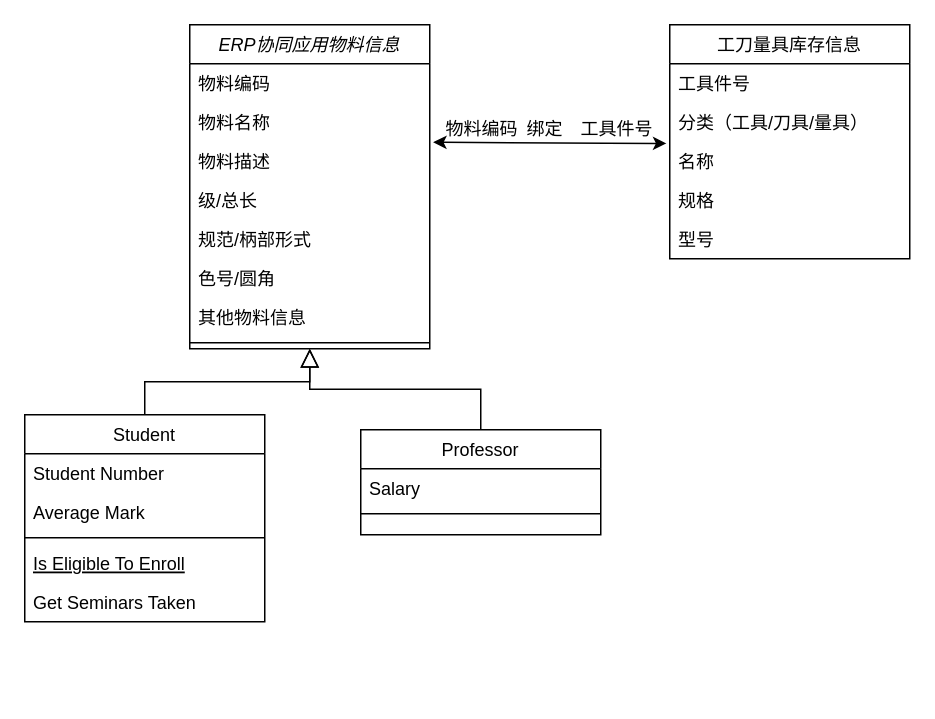
Before: erp_tims.drawio in miaomiao1992/draw.io, a draw.io diagram. Source tidied: cells renumbered, new cells numbered last; positions are measured from the earlier drawing's top-left corner, leaving out a move shared by most shapes. Both pictures are drawn from the tidied source at 150%, with x=0, y=0 at pixel (24, 24).
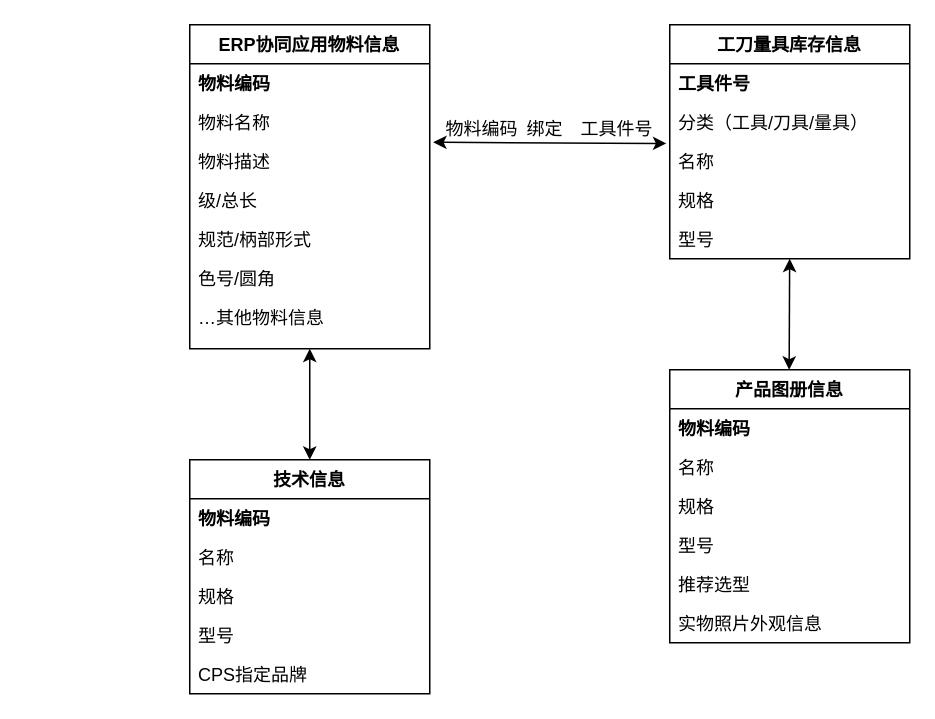
Above is the later version.

Unchanged cells that the change refers to:
```xml
<mxCell id="27" value="型号" style="text;align=left;verticalAlign=top;spacingLeft=4;spacingRight=4;overflow=hidden;points=[[0,0.5],[1,0.5]];portConstraint=eastwest;rounded=0;shadow=0;html=0;" parent="22" vertex="1">
  <mxGeometry y="130" width="160" height="26" as="geometry" />
</mxCell>
```

What changed in the source:
```diff
@@
-    <mxCell id="2" value="ERP协同应用物料信息" style="swimlane;fontStyle=2;align=center;verticalAlign=top;horizontal=1;startSize=26;rounded=0;shadow=0;strokeWidth=1;" parent="1" vertex="1">
+    <mxCell id="2" value="ERP协同应用物料信息" style="swimlane;fontStyle=1;align=center;verticalAlign=top;horizontal=1;startSize=26;rounded=0;shadow=0;strokeWidth=1;" parent="1" vertex="1">
       <mxGeometry x="110" width="160" height="216" as="geometry" />
     </mxCell>
-    <mxCell id="3" value="物料编码" style="text;align=left;verticalAlign=top;spacingLeft=4;spacingRight=4;overflow=hidden;" parent="2" vertex="1">
+    <mxCell id="3" value="物料编码" style="text;align=left;verticalAlign=top;spacingLeft=4;spacingRight=4;overflow=hidden;fontStyle=1;" parent="2" vertex="1">
       <mxGeometry y="26" width="160" height="26" as="geometry" />
     </mxCell>
@@
-    <mxCell id="9" value="其他物料信息" style="text;align=left;verticalAlign=top;spacingLeft=4;spacingRight=4;overflow=hidden;rounded=0;shadow=0;html=0;" parent="2" vertex="1">
+    <mxCell id="9" value="…其他物料信息" style="text;align=left;verticalAlign=top;spacingLeft=4;spacingRight=4;overflow=hidden;rounded=0;shadow=0;html=0;" parent="2" vertex="1">
       <mxGeometry y="182" width="160" height="26" as="geometry" />
     </mxCell>
-    <mxCell id="10" style="line;html=1;strokeWidth=1;align=left;verticalAlign=middle;spacingTop=-1;spacingLeft=3;spacingRight=3;labelPosition=right;" parent="2" vertex="1">
-      <mxGeometry y="208" width="160" height="8" as="geometry" />
-    </mxCell>
-    <mxCell id="11" value="Student" style="swimlane;fontStyle=0;align=center;verticalAlign=top;horizontal=1;startSize=26;rounded=0;shadow=0;strokeWidth=1;" parent="1" vertex="1">
-      <mxGeometry y="260" width="160" height="138" as="geometry" />
-    </mxCell>
-    <mxCell id="12" value="Student Number" style="text;align=left;verticalAlign=top;spacingLeft=4;spacingRight=4;overflow=hidden;" parent="11" vertex="1">
-      <mxGeometry y="26" width="160" height="26" as="geometry" />
-    </mxCell>
-    <mxCell id="13" value="Average Mark" style="text;align=left;verticalAlign=top;spacingLeft=4;spacingRight=4;overflow=hidden;rounded=0;shadow=0;html=0;" parent="11" vertex="1">
-      <mxGeometry y="52" width="160" height="26" as="geometry" />
-    </mxCell>
-    <mxCell id="14" style="line;html=1;strokeWidth=1;align=left;verticalAlign=middle;spacingTop=-1;spacingLeft=3;spacingRight=3;labelPosition=right;" parent="11" vertex="1">
-      <mxGeometry y="78" width="160" height="8" as="geometry" />
-    </mxCell>
-    <mxCell id="15" value="Is Eligible To Enroll" style="text;align=left;verticalAlign=top;spacingLeft=4;spacingRight=4;overflow=hidden;fontStyle=4;" parent="11" vertex="1">
-      <mxGeometry y="86" width="160" height="26" as="geometry" />
-    </mxCell>
-    <mxCell id="16" value="Get Seminars Taken" style="text;align=left;verticalAlign=top;spacingLeft=4;spacingRight=4;overflow=hidden;" parent="11" vertex="1">
-      <mxGeometry y="112" width="160" height="26" as="geometry" />
-    </mxCell>
-    <mxCell id="17" style="endArrow=block;endSize=10;endFill=0;shadow=0;strokeWidth=1;rounded=0;curved=0;edgeStyle=elbowEdgeStyle;elbow=vertical;" parent="1" edge="1" source="11" target="2">
-      <mxGeometry relative="1" as="geometry" />
-    </mxCell>
-    <mxCell id="18" value="Professor" style="swimlane;fontStyle=0;align=center;verticalAlign=top;horizontal=1;startSize=26;rounded=0;shadow=0;strokeWidth=1;" parent="1" vertex="1">
-      <mxGeometry x="224" y="270" width="160" height="70" as="geometry" />
+    <mxCell id="18" value="技术信息" style="swimlane;fontStyle=1;align=center;verticalAlign=top;horizontal=1;startSize=26;rounded=0;shadow=0;strokeWidth=1;" parent="1" vertex="1">
+      <mxGeometry x="110" y="290" width="160" height="156" as="geometry" />
     </mxCell>
-    <mxCell id="19" value="Salary" style="text;align=left;verticalAlign=top;spacingLeft=4;spacingRight=4;overflow=hidden;" parent="18" vertex="1">
+    <mxCell id="19" value="物料编码" style="text;align=left;verticalAlign=top;spacingLeft=4;spacingRight=4;overflow=hidden;fontStyle=1;" parent="18" vertex="1">
       <mxGeometry y="26" width="160" height="26" as="geometry" />
     </mxCell>
-    <mxCell id="20" style="line;html=1;strokeWidth=1;align=left;verticalAlign=middle;spacingTop=-1;spacingLeft=3;spacingRight=3;labelPosition=right;" parent="18" vertex="1">
-      <mxGeometry y="52" width="160" height="8" as="geometry" />
-    </mxCell>
-    <mxCell id="21" style="endArrow=block;endSize=10;endFill=0;shadow=0;strokeWidth=1;rounded=0;curved=0;edgeStyle=elbowEdgeStyle;elbow=vertical;" parent="1" edge="1" source="18" target="2">
-      <mxGeometry relative="1" as="geometry" />
-    </mxCell>
+    <mxCell id="32" value="名称" style="text;align=left;verticalAlign=top;spacingLeft=4;spacingRight=4;overflow=hidden;" parent="18" vertex="1">
+      <mxGeometry y="52" width="160" height="26" as="geometry" />
+    </mxCell>
+    <mxCell id="33" value="规格" style="text;align=left;verticalAlign=top;spacingLeft=4;spacingRight=4;overflow=hidden;" parent="18" vertex="1">
+      <mxGeometry y="78" width="160" height="26" as="geometry" />
+    </mxCell>
+    <mxCell id="34" value="型号" style="text;align=left;verticalAlign=top;spacingLeft=4;spacingRight=4;overflow=hidden;" parent="18" vertex="1">
+      <mxGeometry y="104" width="160" height="26" as="geometry" />
+    </mxCell>
+    <mxCell id="35" value="CPS指定品牌" style="text;align=left;verticalAlign=top;spacingLeft=4;spacingRight=4;overflow=hidden;" parent="18" vertex="1">
+      <mxGeometry y="130" width="160" height="26" as="geometry" />
+    </mxCell>
-    <mxCell id="22" value="工刀量具库存信息" style="swimlane;fontStyle=0;align=center;verticalAlign=top;horizontal=1;startSize=26;rounded=0;shadow=0;strokeWidth=1;" parent="1" vertex="1">
+    <mxCell id="22" value="工刀量具库存信息" style="swimlane;fontStyle=1;align=center;verticalAlign=top;horizontal=1;startSize=26;rounded=0;shadow=0;strokeWidth=1;" parent="1" vertex="1">
       <mxGeometry x="430" width="160" height="156" as="geometry" />
     </mxCell>
-    <mxCell id="23" value="工具件号" style="text;align=left;verticalAlign=top;spacingLeft=4;spacingRight=4;overflow=hidden;" parent="22" vertex="1">
+    <mxCell id="23" value="工具件号" style="text;align=left;verticalAlign=top;spacingLeft=4;spacingRight=4;overflow=hidden;fontStyle=1;" parent="22" vertex="1">
       <mxGeometry y="26" width="160" height="26" as="geometry" />
     </mxCell>
@@
+    <mxCell id="36" value="产品图册信息" style="swimlane;fontStyle=1;align=center;verticalAlign=top;horizontal=1;startSize=26;rounded=0;shadow=0;strokeWidth=1;" parent="1" vertex="1">
+      <mxGeometry x="430" y="230" width="160" height="182" as="geometry" />
+    </mxCell>
+    <mxCell id="37" value="物料编码" style="text;align=left;verticalAlign=top;spacingLeft=4;spacingRight=4;overflow=hidden;fontStyle=1;" parent="36" vertex="1">
+      <mxGeometry y="26" width="160" height="26" as="geometry" />
+    </mxCell>
+    <mxCell id="38" value="名称" style="text;align=left;verticalAlign=top;spacingLeft=4;spacingRight=4;overflow=hidden;" parent="36" vertex="1">
+      <mxGeometry y="52" width="160" height="26" as="geometry" />
+    </mxCell>
+    <mxCell id="39" value="规格" style="text;align=left;verticalAlign=top;spacingLeft=4;spacingRight=4;overflow=hidden;" parent="36" vertex="1">
+      <mxGeometry y="78" width="160" height="26" as="geometry" />
+    </mxCell>
+    <mxCell id="40" value="型号" style="text;align=left;verticalAlign=top;spacingLeft=4;spacingRight=4;overflow=hidden;" parent="36" vertex="1">
+      <mxGeometry y="104" width="160" height="26" as="geometry" />
+    </mxCell>
+    <mxCell id="41" value="推荐选型" style="text;align=left;verticalAlign=top;spacingLeft=4;spacingRight=4;overflow=hidden;" parent="36" vertex="1">
+      <mxGeometry y="130" width="160" height="26" as="geometry" />
+    </mxCell>
+    <mxCell id="42" value="实物照片外观信息" style="text;align=left;verticalAlign=top;spacingLeft=4;spacingRight=4;overflow=hidden;" parent="36" vertex="1">
+      <mxGeometry y="156" width="160" height="26" as="geometry" />
+    </mxCell>
+    <mxCell id="43" style="endArrow=classic;startArrow=classic;html=1;rounded=0;exitX=0.5;exitY=1;exitDx=0;exitDy=0;entryX=0.5;entryY=0;entryDx=0;entryDy=0;" parent="1" edge="1" source="2" target="18">
+      <mxGeometry relative="1" as="geometry" />
+    </mxCell>
+    <mxCell id="44" style="endArrow=classic;startArrow=classic;html=1;rounded=0;entryX=0.5;entryY=0;entryDx=0;entryDy=0;" parent="1" edge="1" source="27">
+      <mxGeometry relative="1" as="geometry">
+        <mxPoint x="509.6" y="230" as="targetPoint" />
+      </mxGeometry>
+    </mxCell>
```
